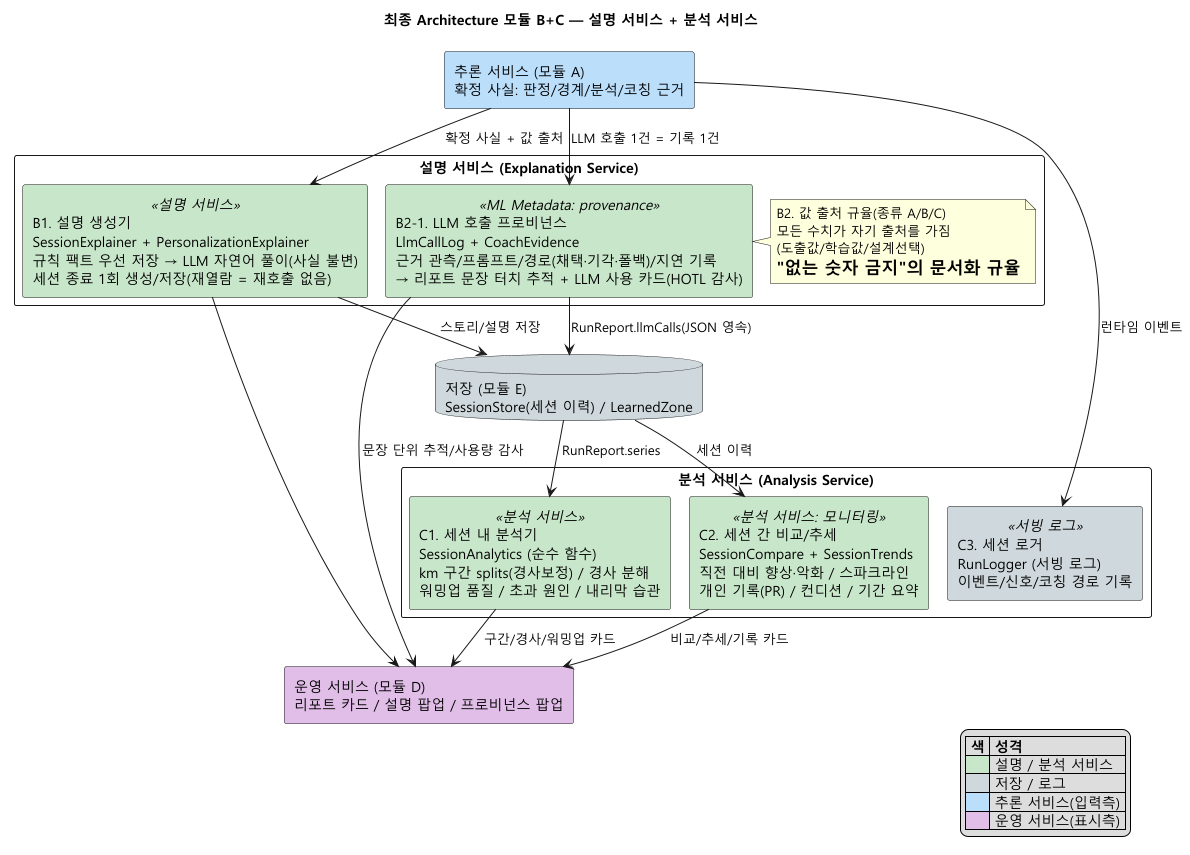
Above: arch/diagrams/06b-module-explain-analysis.png in tenyearslove/zone2runner (PlantUML), before the change. The source it was exported from:
```plantuml
@startuml
!pragma layout smetana
title 최종 Architecture 모듈 B+C — 설명 서비스 + 분석 서비스
skinparam defaultFontName "Malgun Gothic"
skinparam componentStyle rectangle
skinparam shadowing false
skinparam packageStyle rectangle
skinparam linetype ortho

component "추론 서비스 (모듈 A)\n확정 사실: 판정/경계/분석/코칭 근거" as INF #BBDEFB
database "저장 (모듈 E)\nSessionStore(세션 이력) / LearnedZone" as STORE #CFD8DC

package "설명 서비스 (Explanation Service)" {
  component "B1. 설명 생성기\nSessionExplainer + PersonalizationExplainer\n규칙 팩트 우선 저장 → LLM 자연어 풀이(사실 불변)\n세션 종료 1회 생성/저장(재열람 = 재호출 없음)" <<설명 서비스>> as B1 #C8E6C9
  component "B2-1. LLM 호출 프로비넌스\nLlmCallLog + CoachEvidence\n근거 관측/프롬프트/경로(채택·기각·폴백)/지연 기록\n→ 리포트 문장 터치 추적 + LLM 사용 카드(HOTL 감사)" <<ML Metadata: provenance>> as B21 #C8E6C9
  note right of B21
    B2. 값 출처 규율(종류 A/B/C)
    모든 수치가 자기 출처를 가짐
    (도출값/학습값/설계선택)
    = "없는 숫자 금지"의 문서화 규율
  end note
}

package "분석 서비스 (Analysis Service)" {
  component "C1. 세션 내 분석기\nSessionAnalytics (순수 함수)\nkm 구간 splits(경사보정) / 경사 분해\n워밍업 품질 / 초과 원인 / 내리막 습관" <<분석 서비스>> as C1 #C8E6C9
  component "C2. 세션 간 비교/추세\nSessionCompare + SessionTrends\n직전 대비 향상·악화 / 스파크라인\n개인 기록(PR) / 컨디션 / 기간 요약" <<분석 서비스: 모니터링>> as C2 #C8E6C9
  component "C3. 세션 로거\nRunLogger (서빙 로그)\n이벤트/신호/코칭 경로 기록" <<서빙 로그>> as C3 #CFD8DC
}

component "운영 서비스 (모듈 D)\n리포트 카드 / 설명 팝업 / 프로비넌스 팝업" as OPS #E1BEE7

INF --> B1 : 확정 사실 + 값 출처
INF --> B21 : LLM 호출 1건 = 기록 1건
INF --> C3 : 런타임 이벤트
STORE --> C1 : RunReport.series
STORE --> C2 : 세션 이력
B21 --> STORE : RunReport.llmCalls(JSON 영속)
B1 --> STORE : 스토리/설명 저장
B1 --> OPS
B21 --> OPS : 문장 단위 추적/사용량 감사
C1 --> OPS : 구간/경사/워밍업 카드
C2 --> OPS : 비교/추세/기록 카드

legend right
|= 색 |= 성격 |
|<#C8E6C9>| 설명 / 분석 서비스 |
|<#CFD8DC>| 저장 / 로그 |
|<#BBDEFB>| 추론 서비스(입력측) |
|<#E1BEE7>| 운영 서비스(표시측) |
endlegend
@enduml
```
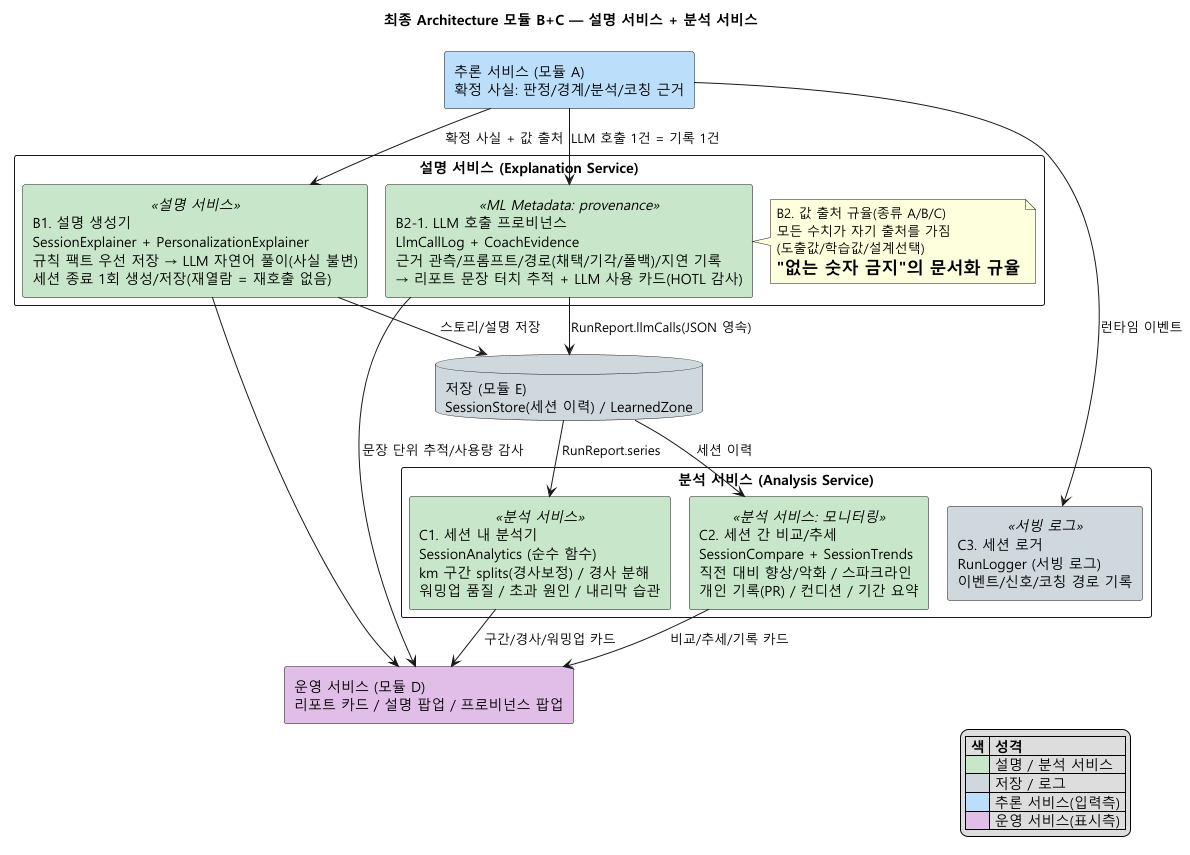
Above is the later version.

The edit, as a diff of the source:
```diff
@@ -12,7 +12,7 @@
 
 package "설명 서비스 (Explanation Service)" {
   component "B1. 설명 생성기\nSessionExplainer + PersonalizationExplainer\n규칙 팩트 우선 저장 → LLM 자연어 풀이(사실 불변)\n세션 종료 1회 생성/저장(재열람 = 재호출 없음)" <<설명 서비스>> as B1 #C8E6C9
-  component "B2-1. LLM 호출 프로비넌스\nLlmCallLog + CoachEvidence\n근거 관측/프롬프트/경로(채택·기각·폴백)/지연 기록\n→ 리포트 문장 터치 추적 + LLM 사용 카드(HOTL 감사)" <<ML Metadata: provenance>> as B21 #C8E6C9
+  component "B2-1. LLM 호출 프로비넌스\nLlmCallLog + CoachEvidence\n근거 관측/프롬프트/경로(채택/기각/폴백)/지연 기록\n→ 리포트 문장 터치 추적 + LLM 사용 카드(HOTL 감사)" <<ML Metadata: provenance>> as B21 #C8E6C9
   note right of B21
     B2. 값 출처 규율(종류 A/B/C)
     모든 수치가 자기 출처를 가짐
@@ -23,7 +23,7 @@
 
 package "분석 서비스 (Analysis Service)" {
   component "C1. 세션 내 분석기\nSessionAnalytics (순수 함수)\nkm 구간 splits(경사보정) / 경사 분해\n워밍업 품질 / 초과 원인 / 내리막 습관" <<분석 서비스>> as C1 #C8E6C9
-  component "C2. 세션 간 비교/추세\nSessionCompare + SessionTrends\n직전 대비 향상·악화 / 스파크라인\n개인 기록(PR) / 컨디션 / 기간 요약" <<분석 서비스: 모니터링>> as C2 #C8E6C9
+  component "C2. 세션 간 비교/추세\nSessionCompare + SessionTrends\n직전 대비 향상/악화 / 스파크라인\n개인 기록(PR) / 컨디션 / 기간 요약" <<분석 서비스: 모니터링>> as C2 #C8E6C9
   component "C3. 세션 로거\nRunLogger (서빙 로그)\n이벤트/신호/코칭 경로 기록" <<서빙 로그>> as C3 #CFD8DC
 }
 
```
